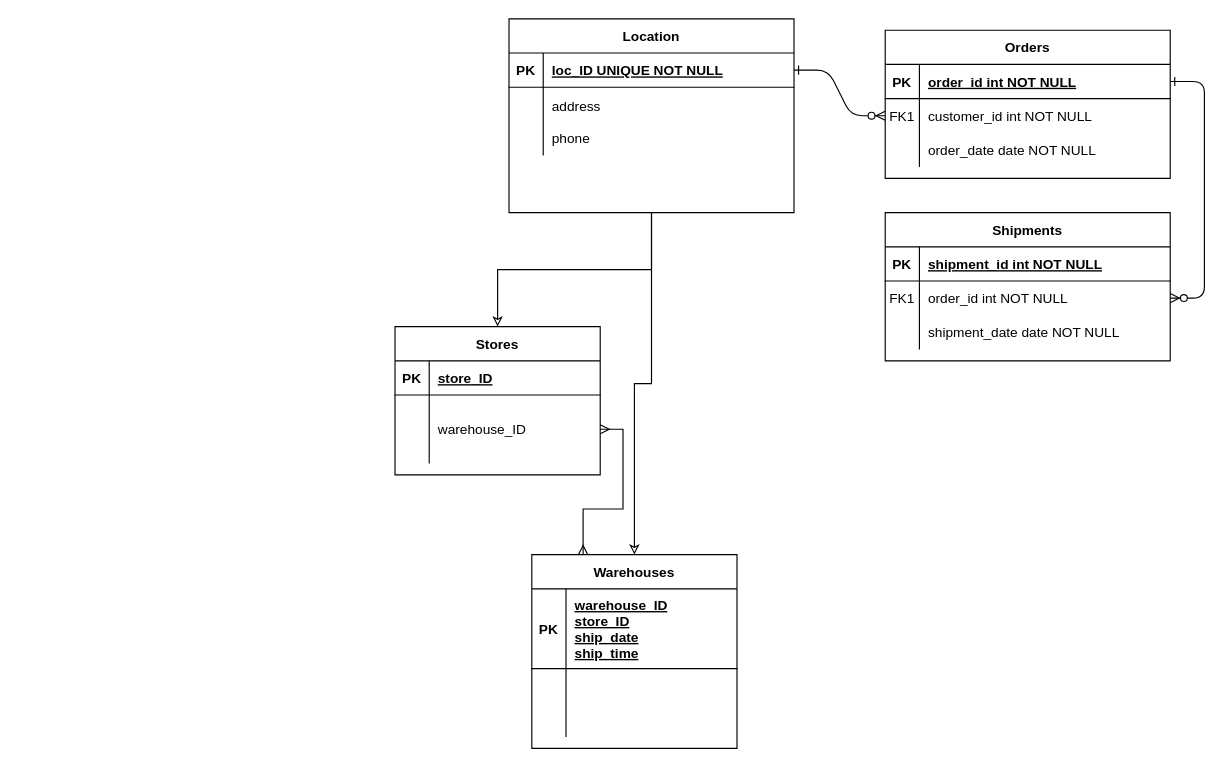
The draw.io diagram Untitled Diagram.drawio in santarabantoosoo/RDMS, before the edit. Source tidied: cells renumbered, new cells numbered last; positions are measured from the earlier drawing's top-left corner, leaving out a move shared by most shapes. Both pictures are drawn from the tidied source at 114%, with x=0, y=0 at pixel (394, 18).
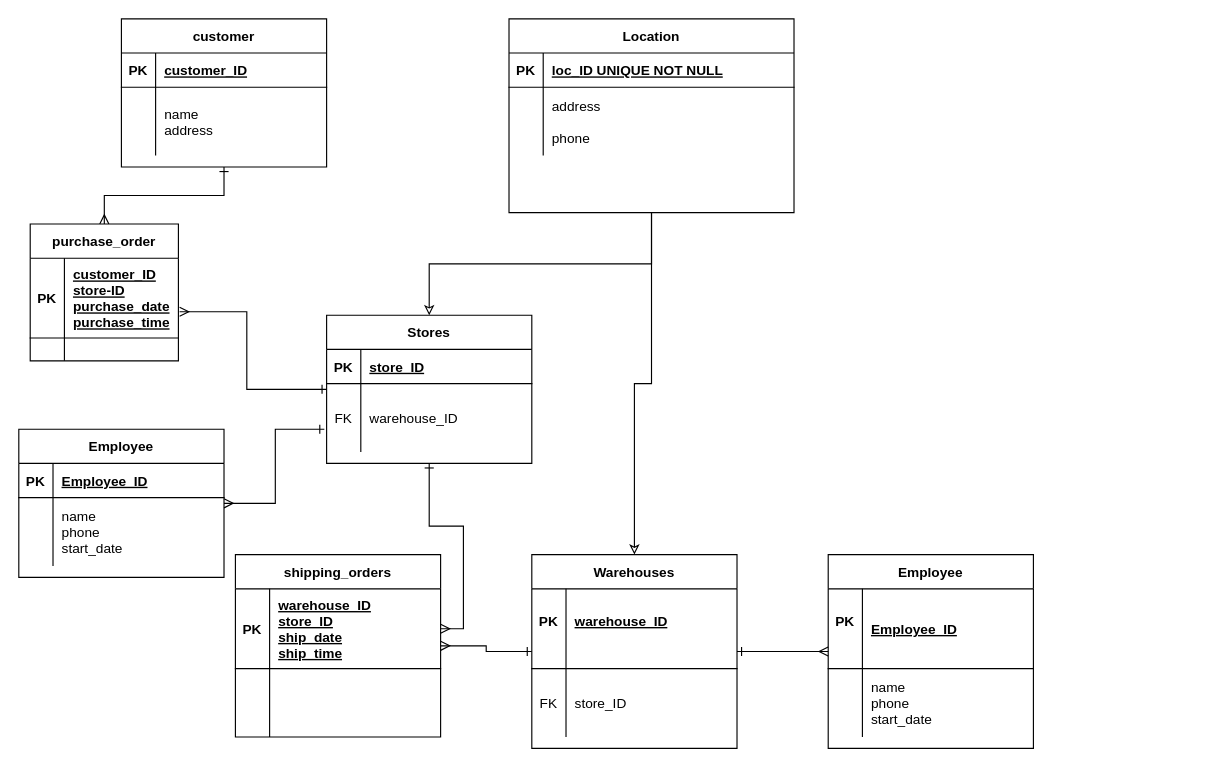
The same diagram, later.

The change refers to these unchanged cells:
```xml
<mxCell id="27" style="shape=partialRectangle;fillColor=none;points=[[0,0.5],[1,0.5]];portConstraint=eastwest;top=0;left=0;right=0;bottom=1;" parent="26" vertex="1">
  <mxGeometry y="30" width="250" height="30" as="geometry" />
</mxCell>
<mxCell id="37" style="shape=partialRectangle;fillColor=none;points=[[0,0.5],[1,0.5]];portConstraint=eastwest;top=0;left=0;right=0;bottom=0;" parent="33" vertex="1">
  <mxGeometry y="60" width="180" height="60" as="geometry" />
</mxCell>
<mxCell id="41" value="Warehouses" style="shape=table;startSize=30;childLayout=tableLayout;rowLines=0;fontStyle=1;align=center;" parent="1" vertex="1">
  <mxGeometry x="120" y="470" width="180" height="170" as="geometry" />
</mxCell>
<mxCell id="42" style="shape=partialRectangle;fillColor=none;top=0;left=0;right=0;bottom=1;" parent="41" vertex="1">
  <mxGeometry y="30" width="180" height="70" as="geometry" />
</mxCell>
<mxCell id="45" style="shape=partialRectangle;fillColor=none;top=0;left=0;right=0;bottom=0;" parent="41" vertex="1">
  <mxGeometry y="100" width="180" height="60" as="geometry" />
</mxCell>
```

What changed in the source:
```diff
@@
-    <mxCell id="2" style="edgeStyle=entityRelationEdgeStyle;endArrow=ERzeroToMany;startArrow=ERone;endFill=1;startFill=0;" parent="1" edge="1" source="27" target="8">
-      <mxGeometry relative="1" as="geometry" />
-    </mxCell>
-    <mxCell id="3" style="edgeStyle=entityRelationEdgeStyle;endArrow=ERzeroToMany;startArrow=ERone;endFill=1;startFill=0;" parent="1" edge="1" source="5" target="18">
-      <mxGeometry relative="1" as="geometry" />
-    </mxCell>
-    <mxCell id="4" value="Orders" style="shape=table;startSize=30;childLayout=tableLayout;rowLines=0;fontStyle=1;align=center;" parent="1" vertex="1">
-      <mxGeometry x="430" y="10" width="250" height="130" as="geometry" />
-    </mxCell>
-    <mxCell id="5" style="shape=partialRectangle;fillColor=none;points=[[0,0.5],[1,0.5]];portConstraint=eastwest;top=0;left=0;right=0;bottom=1;" parent="4" vertex="1">
-      <mxGeometry y="30" width="250" height="30" as="geometry" />
-    </mxCell>
-    <mxCell id="6" value="PK" style="shape=partialRectangle;overflow=hidden;fillColor=none;top=0;left=0;bottom=0;right=0;fontStyle=1;" parent="5" vertex="1">
-      <mxGeometry width="30" height="30" as="geometry" />
-    </mxCell>
-    <mxCell id="7" value="order_id int NOT NULL " style="shape=partialRectangle;overflow=hidden;fillColor=none;top=0;left=0;bottom=0;right=0;align=left;spacingLeft=6;fontStyle=5;" parent="5" vertex="1">
-      <mxGeometry x="30" width="220" height="30" as="geometry" />
-    </mxCell>
-    <mxCell id="8" style="shape=partialRectangle;fillColor=none;points=[[0,0.5],[1,0.5]];portConstraint=eastwest;top=0;left=0;right=0;bottom=0;" parent="4" vertex="1">
-      <mxGeometry y="60" width="250" height="30" as="geometry" />
-    </mxCell>
-    <mxCell id="9" value="FK1" style="shape=partialRectangle;overflow=hidden;fillColor=none;top=0;left=0;bottom=0;right=0;" parent="8" vertex="1">
-      <mxGeometry width="30" height="30" as="geometry" />
-    </mxCell>
-    <mxCell id="10" value="customer_id int NOT NULL" style="shape=partialRectangle;overflow=hidden;fillColor=none;top=0;left=0;bottom=0;right=0;align=left;spacingLeft=6;" parent="8" vertex="1">
-      <mxGeometry x="30" width="220" height="30" as="geometry" />
-    </mxCell>
-    <mxCell id="11" style="shape=partialRectangle;fillColor=none;top=0;left=0;right=0;bottom=0;" parent="4" vertex="1">
-      <mxGeometry y="90" width="250" height="30" as="geometry" />
-    </mxCell>
-    <mxCell id="12" style="shape=partialRectangle;overflow=hidden;fillColor=none;top=0;left=0;bottom=0;right=0;" parent="11" vertex="1">
-      <mxGeometry width="30" height="30" as="geometry" />
-    </mxCell>
-    <mxCell id="13" value="order_date date NOT NULL" style="shape=partialRectangle;overflow=hidden;fillColor=none;top=0;left=0;bottom=0;right=0;align=left;spacingLeft=6;" parent="11" vertex="1">
-      <mxGeometry x="30" width="220" height="30" as="geometry" />
-    </mxCell>
-    <mxCell id="14" value="Shipments" style="shape=table;startSize=30;childLayout=tableLayout;rowLines=0;fontStyle=1;align=center;" parent="1" vertex="1">
-      <mxGeometry x="430" y="170" width="250" height="130" as="geometry" />
-    </mxCell>
-    <mxCell id="15" style="shape=partialRectangle;fillColor=none;top=0;left=0;right=0;bottom=1;" parent="14" vertex="1">
-      <mxGeometry y="30" width="250" height="30" as="geometry" />
-    </mxCell>
-    <mxCell id="16" value="PK" style="shape=partialRectangle;overflow=hidden;fillColor=none;top=0;left=0;bottom=0;right=0;fontStyle=1;" parent="15" vertex="1">
-      <mxGeometry width="30" height="30" as="geometry" />
-    </mxCell>
-    <mxCell id="17" value="shipment_id int NOT NULL " style="shape=partialRectangle;overflow=hidden;fillColor=none;top=0;left=0;bottom=0;right=0;align=left;spacingLeft=6;fontStyle=5;" parent="15" vertex="1">
-      <mxGeometry x="30" width="220" height="30" as="geometry" />
-    </mxCell>
-    <mxCell id="18" style="shape=partialRectangle;fillColor=none;points=[[0,0.5],[1,0.5]];portConstraint=eastwest;top=0;left=0;right=0;bottom=0;" parent="14" vertex="1">
-      <mxGeometry y="60" width="250" height="30" as="geometry" />
-    </mxCell>
-    <mxCell id="19" value="FK1" style="shape=partialRectangle;overflow=hidden;fillColor=none;top=0;left=0;bottom=0;right=0;" parent="18" vertex="1">
-      <mxGeometry width="30" height="30" as="geometry" />
-    </mxCell>
-    <mxCell id="20" value="order_id int NOT NULL" style="shape=partialRectangle;overflow=hidden;fillColor=none;top=0;left=0;bottom=0;right=0;align=left;spacingLeft=6;" parent="18" vertex="1">
-      <mxGeometry x="30" width="220" height="30" as="geometry" />
-    </mxCell>
-    <mxCell id="21" style="shape=partialRectangle;fillColor=none;top=0;left=0;right=0;bottom=0;" parent="14" vertex="1">
-      <mxGeometry y="90" width="250" height="30" as="geometry" />
-    </mxCell>
-    <mxCell id="22" style="shape=partialRectangle;overflow=hidden;fillColor=none;top=0;left=0;bottom=0;right=0;" parent="21" vertex="1">
-      <mxGeometry width="30" height="30" as="geometry" />
-    </mxCell>
-    <mxCell id="23" value="shipment_date date NOT NULL" style="shape=partialRectangle;overflow=hidden;fillColor=none;top=0;left=0;bottom=0;right=0;align=left;spacingLeft=6;" parent="21" vertex="1">
-      <mxGeometry x="30" width="220" height="30" as="geometry" />
-    </mxCell>
@@
+    <mxCell id="48" style="edgeStyle=orthogonalEdgeStyle;rounded=0;jettySize=auto;html=1;startArrow=ERone;startFill=0;endArrow=ERmany;endFill=0;" parent="1" edge="1" source="33" target="53">
+      <mxGeometry relative="1" as="geometry" />
+    </mxCell>
+    <mxCell id="49" style="edgeStyle=orthogonalEdgeStyle;rounded=0;jettySize=auto;html=1;startArrow=ERone;startFill=0;endArrow=ERmany;endFill=0;entryX=1.008;entryY=0.671;entryDx=0;entryDy=0;entryPerimeter=0;" parent="1" edge="1" source="33" target="83">
+      <mxGeometry relative="1" as="geometry">
+        <Array as="points">
+          <mxPoint x="-130" y="325" />
+          <mxPoint x="-130" y="257" />
+        </Array>
+      </mxGeometry>
+    </mxCell>
     <mxCell id="33" value="Stores" style="shape=table;startSize=30;childLayout=tableLayout;rowLines=0;fontStyle=1;align=center;" parent="1" vertex="1">
-      <mxGeometry y="270" width="180" height="130" as="geometry" />
+      <mxGeometry x="-60" y="260" width="180" height="130" as="geometry" />
     </mxCell>
@@
-    <mxCell id="38" style="shape=partialRectangle;overflow=hidden;fillColor=none;top=0;left=0;bottom=0;right=0;" parent="37" vertex="1">
+    <mxCell id="38" value="FK" style="shape=partialRectangle;overflow=hidden;fillColor=none;top=0;left=0;bottom=0;right=0;" parent="37" vertex="1">
       <mxGeometry width="30" height="60" as="geometry" />
     </mxCell>
@@
-    <mxCell id="40" style="edgeStyle=orthogonalEdgeStyle;rounded=0;jettySize=auto;html=1;exitX=0.25;exitY=0;exitDx=0;exitDy=0;endArrow=ERmany;endFill=0;startArrow=ERmany;startFill=0;" parent="1" edge="1" source="41" target="37">
-      <mxGeometry relative="1" as="geometry" />
-    </mxCell>
+    <mxCell id="50" style="edgeStyle=orthogonalEdgeStyle;rounded=0;jettySize=auto;html=1;startArrow=ERone;startFill=0;endArrow=ERmany;endFill=0;" parent="1" edge="1" source="41" target="52">
+      <mxGeometry relative="1" as="geometry" />
+    </mxCell>
+    <mxCell id="51" style="edgeStyle=orthogonalEdgeStyle;rounded=0;jettySize=auto;html=1;startArrow=ERone;startFill=0;endArrow=ERmany;endFill=0;" parent="1" edge="1" source="41" target="59">
+      <mxGeometry relative="1" as="geometry" />
+    </mxCell>
@@
-    <mxCell id="43" value="PK" style="shape=partialRectangle;overflow=hidden;fillColor=none;top=0;left=0;bottom=0;right=0;fontStyle=1;" parent="42" vertex="1">
+    <mxCell id="43" value="PK&#10;" style="shape=partialRectangle;overflow=hidden;fillColor=none;top=0;left=0;bottom=0;right=0;fontStyle=1;" parent="42" vertex="1">
       <mxGeometry width="30" height="70" as="geometry" />
     </mxCell>
-    <mxCell id="44" value="warehouse_ID&#10;store_ID&#10;ship_date&#10;ship_time" style="shape=partialRectangle;overflow=hidden;fillColor=none;top=0;left=0;bottom=0;right=0;align=left;spacingLeft=6;fontStyle=5;" parent="42" vertex="1">
+    <mxCell id="44" value="warehouse_ID&#10;" style="shape=partialRectangle;overflow=hidden;fillColor=none;top=0;left=0;bottom=0;right=0;align=left;spacingLeft=6;fontStyle=5;" parent="42" vertex="1">
       <mxGeometry x="30" width="150" height="70" as="geometry" />
     </mxCell>
@@
-    <mxCell id="46" style="shape=partialRectangle;overflow=hidden;fillColor=none;top=0;left=0;bottom=0;right=0;" parent="45" vertex="1">
+    <mxCell id="46" value="FK" style="shape=partialRectangle;overflow=hidden;fillColor=none;top=0;left=0;bottom=0;right=0;" parent="45" vertex="1">
       <mxGeometry width="30" height="60" as="geometry" />
     </mxCell>
-    <mxCell id="47" style="shape=partialRectangle;overflow=hidden;fillColor=none;top=0;left=0;bottom=0;right=0;align=left;spacingLeft=6;" parent="45" vertex="1">
+    <mxCell id="47" value="store_ID" style="shape=partialRectangle;overflow=hidden;fillColor=none;top=0;left=0;bottom=0;right=0;align=left;spacingLeft=6;" parent="45" vertex="1">
       <mxGeometry x="30" width="150" height="60" as="geometry" />
     </mxCell>
+    <mxCell id="52" value="shipping_orders" style="shape=table;startSize=30;childLayout=tableLayout;rowLines=0;fontStyle=1;align=center;" parent="1" vertex="1">
+      <mxGeometry x="-140" y="470" width="180" height="160" as="geometry" />
+    </mxCell>
+    <mxCell id="53" style="shape=partialRectangle;fillColor=none;points=[[0,0.5],[1,0.5]];portConstraint=eastwest;top=0;left=0;right=0;bottom=1;" parent="52" vertex="1">
+      <mxGeometry y="30" width="180" height="70" as="geometry" />
+    </mxCell>
+    <mxCell id="54" value="PK" style="shape=partialRectangle;overflow=hidden;fillColor=none;top=0;left=0;bottom=0;right=0;fontStyle=1;" parent="53" vertex="1">
+      <mxGeometry width="30" height="70" as="geometry" />
+    </mxCell>
+    <mxCell id="55" value="warehouse_ID&#10;store_ID&#10;ship_date&#10;ship_time" style="shape=partialRectangle;overflow=hidden;fillColor=none;top=0;left=0;bottom=0;right=0;align=left;spacingLeft=6;fontStyle=5;" parent="53" vertex="1">
+      <mxGeometry x="30" width="150" height="70" as="geometry" />
+    </mxCell>
+    <mxCell id="56" style="shape=partialRectangle;fillColor=none;top=0;left=0;right=0;bottom=0;" parent="52" vertex="1">
+      <mxGeometry y="100" width="180" height="60" as="geometry" />
+    </mxCell>
+    <mxCell id="57" style="shape=partialRectangle;overflow=hidden;fillColor=none;top=0;left=0;bottom=0;right=0;" parent="56" vertex="1">
+      <mxGeometry width="30" height="60" as="geometry" />
+    </mxCell>
+    <mxCell id="58" style="shape=partialRectangle;overflow=hidden;fillColor=none;top=0;left=0;bottom=0;right=0;align=left;spacingLeft=6;" parent="56" vertex="1">
+      <mxGeometry x="30" width="150" height="60" as="geometry" />
+    </mxCell>
+    <mxCell id="59" value="Employee" style="shape=table;startSize=30;childLayout=tableLayout;rowLines=0;fontStyle=1;align=center;" parent="1" vertex="1">
+      <mxGeometry x="380" y="470" width="180" height="170" as="geometry" />
+    </mxCell>
+    <mxCell id="60" style="shape=partialRectangle;fillColor=none;top=0;left=0;right=0;bottom=1;" parent="59" vertex="1">
+      <mxGeometry y="30" width="180" height="70" as="geometry" />
+    </mxCell>
+    <mxCell id="61" value="PK&#10;" style="shape=partialRectangle;overflow=hidden;fillColor=none;top=0;left=0;bottom=0;right=0;fontStyle=1;" parent="60" vertex="1">
+      <mxGeometry width="30" height="70" as="geometry" />
+    </mxCell>
+    <mxCell id="62" value="Employee_ID" style="shape=partialRectangle;overflow=hidden;fillColor=none;top=0;left=0;bottom=0;right=0;align=left;spacingLeft=6;fontStyle=5;" parent="60" vertex="1">
+      <mxGeometry x="30" width="150" height="70" as="geometry" />
+    </mxCell>
+    <mxCell id="63" style="shape=partialRectangle;fillColor=none;top=0;left=0;right=0;bottom=0;" parent="59" vertex="1">
+      <mxGeometry y="100" width="180" height="60" as="geometry" />
+    </mxCell>
+    <mxCell id="64" style="shape=partialRectangle;overflow=hidden;fillColor=none;top=0;left=0;bottom=0;right=0;" parent="63" vertex="1">
+      <mxGeometry width="30" height="60" as="geometry" />
+    </mxCell>
+    <mxCell id="65" value="name &#10;phone &#10;start_date" style="shape=partialRectangle;overflow=hidden;fillColor=none;top=0;left=0;bottom=0;right=0;align=left;spacingLeft=6;" parent="63" vertex="1">
+      <mxGeometry x="30" width="150" height="60" as="geometry" />
+    </mxCell>
+    <mxCell id="66" style="edgeStyle=orthogonalEdgeStyle;rounded=0;jettySize=auto;html=1;startArrow=ERmany;startFill=0;endArrow=ERone;endFill=0;entryX=-0.011;entryY=0.667;entryDx=0;entryDy=0;entryPerimeter=0;" parent="1" edge="1" source="67" target="37">
+      <mxGeometry relative="1" as="geometry" />
+    </mxCell>
+    <mxCell id="67" value="Employee" style="shape=table;startSize=30;childLayout=tableLayout;rowLines=0;fontStyle=1;align=center;" parent="1" vertex="1">
+      <mxGeometry x="-330" y="360" width="180" height="130" as="geometry" />
+    </mxCell>
+    <mxCell id="68" style="shape=partialRectangle;fillColor=none;top=0;left=0;right=0;bottom=1;" parent="67" vertex="1">
+      <mxGeometry y="30" width="180" height="30" as="geometry" />
+    </mxCell>
+    <mxCell id="69" value="PK" style="shape=partialRectangle;overflow=hidden;fillColor=none;top=0;left=0;bottom=0;right=0;fontStyle=1;" parent="68" vertex="1">
+      <mxGeometry width="30" height="30" as="geometry" />
+    </mxCell>
+    <mxCell id="70" value="Employee_ID" style="shape=partialRectangle;overflow=hidden;fillColor=none;top=0;left=0;bottom=0;right=0;align=left;spacingLeft=6;fontStyle=5;" parent="68" vertex="1">
+      <mxGeometry x="30" width="150" height="30" as="geometry" />
+    </mxCell>
+    <mxCell id="71" style="shape=partialRectangle;fillColor=none;top=0;left=0;right=0;bottom=0;" parent="67" vertex="1">
+      <mxGeometry y="60" width="180" height="60" as="geometry" />
+    </mxCell>
+    <mxCell id="72" style="shape=partialRectangle;overflow=hidden;fillColor=none;top=0;left=0;bottom=0;right=0;" parent="71" vertex="1">
+      <mxGeometry width="30" height="60" as="geometry" />
+    </mxCell>
+    <mxCell id="73" value="name&#10;phone &#10;start_date" style="shape=partialRectangle;overflow=hidden;fillColor=none;top=0;left=0;bottom=0;right=0;align=left;spacingLeft=6;" parent="71" vertex="1">
+      <mxGeometry x="30" width="150" height="60" as="geometry" />
+    </mxCell>
+    <mxCell id="74" style="edgeStyle=orthogonalEdgeStyle;rounded=0;jettySize=auto;html=1;startArrow=ERone;startFill=0;endArrow=ERmany;endFill=0;" parent="1" edge="1" source="75" target="82">
+      <mxGeometry relative="1" as="geometry" />
+    </mxCell>
+    <mxCell id="75" value="customer" style="shape=table;startSize=30;childLayout=tableLayout;rowLines=0;fontStyle=1;align=center;" parent="1" vertex="1">
+      <mxGeometry x="-240" width="180" height="130" as="geometry" />
+    </mxCell>
+    <mxCell id="76" style="shape=partialRectangle;fillColor=none;top=0;left=0;right=0;bottom=1;" parent="75" vertex="1">
+      <mxGeometry y="30" width="180" height="30" as="geometry" />
+    </mxCell>
+    <mxCell id="77" value="PK" style="shape=partialRectangle;overflow=hidden;fillColor=none;top=0;left=0;bottom=0;right=0;fontStyle=1;" parent="76" vertex="1">
+      <mxGeometry width="30" height="30" as="geometry" />
+    </mxCell>
+    <mxCell id="78" value="customer_ID" style="shape=partialRectangle;overflow=hidden;fillColor=none;top=0;left=0;bottom=0;right=0;align=left;spacingLeft=6;fontStyle=5;" parent="76" vertex="1">
+      <mxGeometry x="30" width="150" height="30" as="geometry" />
+    </mxCell>
+    <mxCell id="79" style="shape=partialRectangle;fillColor=none;top=0;left=0;right=0;bottom=0;" parent="75" vertex="1">
+      <mxGeometry y="60" width="180" height="60" as="geometry" />
+    </mxCell>
+    <mxCell id="80" style="shape=partialRectangle;overflow=hidden;fillColor=none;top=0;left=0;bottom=0;right=0;" parent="79" vertex="1">
+      <mxGeometry width="30" height="60" as="geometry" />
+    </mxCell>
+    <mxCell id="81" value="name &#10;address" style="shape=partialRectangle;overflow=hidden;fillColor=none;top=0;left=0;bottom=0;right=0;align=left;spacingLeft=6;" parent="79" vertex="1">
+      <mxGeometry x="30" width="150" height="60" as="geometry" />
+    </mxCell>
+    <mxCell id="82" value="purchase_order" style="shape=table;startSize=30;childLayout=tableLayout;rowLines=0;fontStyle=1;align=center;" parent="1" vertex="1">
+      <mxGeometry x="-320" y="180" width="130" height="120" as="geometry" />
+    </mxCell>
+    <mxCell id="83" style="shape=partialRectangle;fillColor=none;points=[[0,0.5],[1,0.5]];portConstraint=eastwest;top=0;left=0;right=0;bottom=1;" parent="82" vertex="1">
+      <mxGeometry y="30" width="130" height="70" as="geometry" />
+    </mxCell>
+    <mxCell id="84" value="PK" style="shape=partialRectangle;overflow=hidden;fillColor=none;top=0;left=0;bottom=0;right=0;fontStyle=1;" parent="83" vertex="1">
+      <mxGeometry width="30" height="70" as="geometry" />
+    </mxCell>
+    <mxCell id="85" value="customer_ID&#10;store-ID&#10;purchase_date&#10;purchase_time" style="shape=partialRectangle;overflow=hidden;fillColor=none;top=0;left=0;bottom=0;right=0;align=left;spacingLeft=6;fontStyle=5;" parent="83" vertex="1">
+      <mxGeometry x="30" width="100" height="70" as="geometry" />
+    </mxCell>
+    <mxCell id="86" style="shape=partialRectangle;fillColor=none;top=0;left=0;right=0;bottom=0;" parent="82" vertex="1">
+      <mxGeometry y="100" width="130" height="20" as="geometry" />
+    </mxCell>
+    <mxCell id="87" style="shape=partialRectangle;overflow=hidden;fillColor=none;top=0;left=0;bottom=0;right=0;" parent="86" vertex="1">
+      <mxGeometry width="30" height="20" as="geometry" />
+    </mxCell>
+    <mxCell id="88" style="shape=partialRectangle;overflow=hidden;fillColor=none;top=0;left=0;bottom=0;right=0;align=left;spacingLeft=6;" parent="86" vertex="1">
+      <mxGeometry x="30" width="100" height="20" as="geometry" />
+    </mxCell>
```
